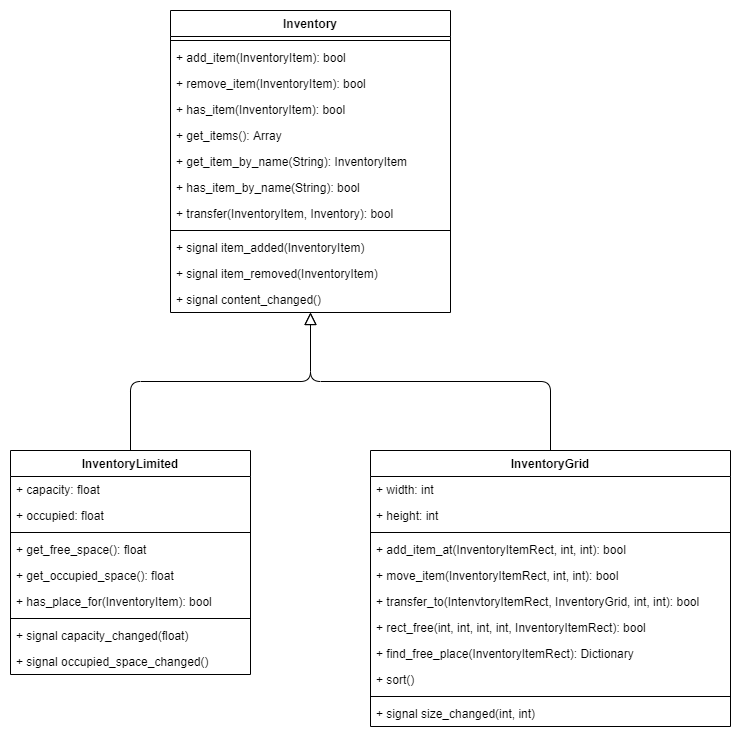
Before: images/cd_inventory.png, a diagram exported from draw.io (peter-kish/gloot). Source tidied: cells renumbered, new cells last; positions are measured from the earlier drawing's top-left corner, leaving out a move shared by most shapes.
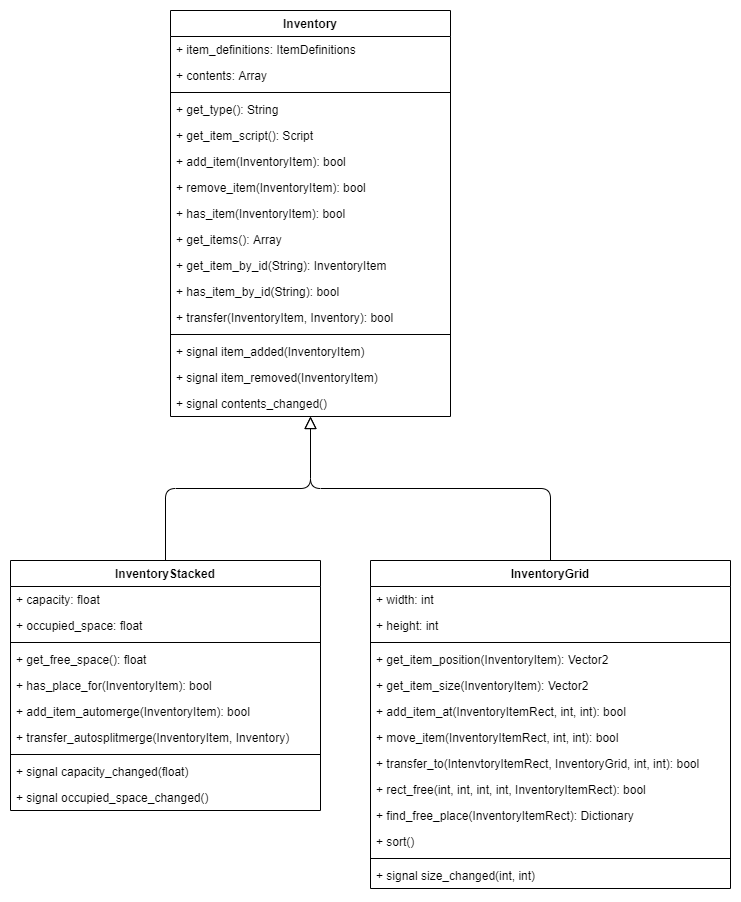
The same diagram one commit later.

What changed in the source:
```diff
@@ -3,115 +3,136 @@
     <mxCell id="0" />
     <mxCell id="1" parent="0" />
     <mxCell id="2" value="Inventory" style="swimlane;fontStyle=1;align=center;verticalAlign=top;horizontal=1;startSize=26;shadow=0;strokeWidth=1;" parent="1" vertex="1">
-      <mxGeometry x="160" width="280" height="302" as="geometry" />
+      <mxGeometry x="160" width="280" height="406" as="geometry" />
     </mxCell>
-    <mxCell id="3" style="line;strokeWidth=1;fillColor=none;align=left;verticalAlign=middle;spacingTop=-1;spacingLeft=3;spacingRight=3;labelPosition=right;" parent="2" vertex="1">
-      <mxGeometry y="26" width="280" height="8" as="geometry" />
+    <mxCell id="3" value="+ item_definitions: ItemDefinitions" style="text;strokeColor=none;fillColor=none;align=left;verticalAlign=top;spacingLeft=4;spacingRight=4;overflow=hidden;" parent="2" vertex="1">
+      <mxGeometry y="26" width="280" height="26" as="geometry" />
     </mxCell>
-    <mxCell id="4" value="+ add_item(InventoryItem): bool" style="text;strokeColor=none;fillColor=none;align=left;verticalAlign=top;spacingLeft=4;spacingRight=4;overflow=hidden;" parent="2" vertex="1">
-      <mxGeometry y="34" width="280" height="26" as="geometry" />
+    <mxCell id="4" value="+ contents: Array" style="text;strokeColor=none;fillColor=none;align=left;verticalAlign=top;spacingLeft=4;spacingRight=4;overflow=hidden;" parent="2" vertex="1">
+      <mxGeometry y="52" width="280" height="26" as="geometry" />
     </mxCell>
-    <mxCell id="5" value="+ remove_item(InventoryItem): bool" style="text;align=left;verticalAlign=top;spacingLeft=4;spacingRight=4;overflow=hidden;fontStyle=0;" parent="2" vertex="1">
-      <mxGeometry y="60" width="280" height="26" as="geometry" />
+    <mxCell id="5" style="line;strokeWidth=1;fillColor=none;align=left;verticalAlign=middle;spacingTop=-1;spacingLeft=3;spacingRight=3;labelPosition=right;" parent="2" vertex="1">
+      <mxGeometry y="78" width="280" height="8" as="geometry" />
     </mxCell>
-    <mxCell id="6" value="+ has_item(InventoryItem): bool" style="text;align=left;verticalAlign=top;spacingLeft=4;spacingRight=4;overflow=hidden;fontStyle=0;" parent="2" vertex="1">
+    <mxCell id="6" value="+ get_type(): String" style="text;strokeColor=none;fillColor=none;align=left;verticalAlign=top;spacingLeft=4;spacingRight=4;overflow=hidden;" parent="2" vertex="1">
       <mxGeometry y="86" width="280" height="26" as="geometry" />
     </mxCell>
-    <mxCell id="7" value="+ get_items(): Array" style="text;align=left;verticalAlign=top;spacingLeft=4;spacingRight=4;overflow=hidden;fontStyle=0;" parent="2" vertex="1">
+    <mxCell id="7" value="+ get_item_script(): Script" style="text;strokeColor=none;fillColor=none;align=left;verticalAlign=top;spacingLeft=4;spacingRight=4;overflow=hidden;" parent="2" vertex="1">
       <mxGeometry y="112" width="280" height="26" as="geometry" />
     </mxCell>
-    <mxCell id="8" value="+ get_item_by_name(String): InventoryItem" style="text;align=left;verticalAlign=top;spacingLeft=4;spacingRight=4;overflow=hidden;fontStyle=0;" parent="2" vertex="1">
+    <mxCell id="8" value="+ add_item(InventoryItem): bool" style="text;strokeColor=none;fillColor=none;align=left;verticalAlign=top;spacingLeft=4;spacingRight=4;overflow=hidden;" parent="2" vertex="1">
       <mxGeometry y="138" width="280" height="26" as="geometry" />
     </mxCell>
-    <mxCell id="9" value="+ has_item_by_name(String): bool" style="text;align=left;verticalAlign=top;spacingLeft=4;spacingRight=4;overflow=hidden;fontStyle=0;" parent="2" vertex="1">
+    <mxCell id="9" value="+ remove_item(InventoryItem): bool" style="text;align=left;verticalAlign=top;spacingLeft=4;spacingRight=4;overflow=hidden;fontStyle=0;" parent="2" vertex="1">
       <mxGeometry y="164" width="280" height="26" as="geometry" />
     </mxCell>
-    <mxCell id="10" value="+ transfer(InventoryItem, Inventory): bool" style="text;align=left;verticalAlign=top;spacingLeft=4;spacingRight=4;overflow=hidden;fontStyle=0;" parent="2" vertex="1">
+    <mxCell id="10" value="+ has_item(InventoryItem): bool" style="text;align=left;verticalAlign=top;spacingLeft=4;spacingRight=4;overflow=hidden;fontStyle=0;" parent="2" vertex="1">
       <mxGeometry y="190" width="280" height="26" as="geometry" />
     </mxCell>
-    <mxCell id="11" style="line;html=1;strokeWidth=1;align=left;verticalAlign=middle;spacingTop=-1;spacingLeft=3;spacingRight=3;labelPosition=right;" parent="2" vertex="1">
-      <mxGeometry y="216" width="280" height="8" as="geometry" />
+    <mxCell id="11" value="+ get_items(): Array" style="text;align=left;verticalAlign=top;spacingLeft=4;spacingRight=4;overflow=hidden;fontStyle=0;" parent="2" vertex="1">
+      <mxGeometry y="216" width="280" height="26" as="geometry" />
     </mxCell>
-    <mxCell id="12" value="+ signal item_added(InventoryItem)" style="text;strokeColor=none;fillColor=none;align=left;verticalAlign=top;spacingLeft=4;spacingRight=4;overflow=hidden;" parent="2" vertex="1">
-      <mxGeometry y="224" width="280" height="26" as="geometry" />
+    <mxCell id="12" value="+ get_item_by_id(String): InventoryItem" style="text;align=left;verticalAlign=top;spacingLeft=4;spacingRight=4;overflow=hidden;fontStyle=0;" parent="2" vertex="1">
+      <mxGeometry y="242" width="280" height="26" as="geometry" />
     </mxCell>
-    <mxCell id="13" value="+ signal item_removed(InventoryItem)" style="text;strokeColor=none;fillColor=none;align=left;verticalAlign=top;spacingLeft=4;spacingRight=4;overflow=hidden;" parent="2" vertex="1">
-      <mxGeometry y="250" width="280" height="26" as="geometry" />
+    <mxCell id="13" value="+ has_item_by_id(String): bool" style="text;align=left;verticalAlign=top;spacingLeft=4;spacingRight=4;overflow=hidden;fontStyle=0;" parent="2" vertex="1">
+      <mxGeometry y="268" width="280" height="26" as="geometry" />
     </mxCell>
-    <mxCell id="14" value="+ signal content_changed()" style="text;strokeColor=none;fillColor=none;align=left;verticalAlign=top;spacingLeft=4;spacingRight=4;overflow=hidden;" parent="2" vertex="1">
-      <mxGeometry y="276" width="280" height="26" as="geometry" />
+    <mxCell id="14" value="+ transfer(InventoryItem, Inventory): bool" style="text;align=left;verticalAlign=top;spacingLeft=4;spacingRight=4;overflow=hidden;fontStyle=0;" parent="2" vertex="1">
+      <mxGeometry y="294" width="280" height="26" as="geometry" />
     </mxCell>
-    <mxCell id="15" value="InventoryLimited" style="swimlane;fontStyle=1;align=center;verticalAlign=top;horizontal=1;startSize=26;shadow=0;strokeWidth=1;" parent="1" vertex="1">
-      <mxGeometry y="440" width="240" height="224" as="geometry" />
+    <mxCell id="15" style="line;html=1;strokeWidth=1;align=left;verticalAlign=middle;spacingTop=-1;spacingLeft=3;spacingRight=3;labelPosition=right;points=[];portConstraint=eastwest;" parent="2" vertex="1">
+      <mxGeometry y="320" width="280" height="8" as="geometry" />
     </mxCell>
-    <mxCell id="16" value="+ capacity: float" style="text;align=left;verticalAlign=top;spacingLeft=4;spacingRight=4;overflow=hidden;" parent="15" vertex="1">
-      <mxGeometry y="26" width="240" height="26" as="geometry" />
+    <mxCell id="16" value="+ signal item_added(InventoryItem)" style="text;strokeColor=none;fillColor=none;align=left;verticalAlign=top;spacingLeft=4;spacingRight=4;overflow=hidden;" parent="2" vertex="1">
+      <mxGeometry y="328" width="280" height="26" as="geometry" />
     </mxCell>
-    <mxCell id="17" value="+ occupied: float" style="text;strokeColor=none;fillColor=none;align=left;verticalAlign=top;spacingLeft=4;spacingRight=4;overflow=hidden;" parent="15" vertex="1">
-      <mxGeometry y="52" width="240" height="26" as="geometry" />
+    <mxCell id="17" value="+ signal item_removed(InventoryItem)" style="text;strokeColor=none;fillColor=none;align=left;verticalAlign=top;spacingLeft=4;spacingRight=4;overflow=hidden;" parent="2" vertex="1">
+      <mxGeometry y="354" width="280" height="26" as="geometry" />
     </mxCell>
-    <mxCell id="18" style="line;html=1;strokeWidth=1;align=left;verticalAlign=middle;spacingTop=-1;spacingLeft=3;spacingRight=3;labelPosition=right;" parent="15" vertex="1">
-      <mxGeometry y="78" width="240" height="8" as="geometry" />
+    <mxCell id="18" value="+ signal contents_changed()" style="text;strokeColor=none;fillColor=none;align=left;verticalAlign=top;spacingLeft=4;spacingRight=4;overflow=hidden;" parent="2" vertex="1">
+      <mxGeometry y="380" width="280" height="26" as="geometry" />
     </mxCell>
-    <mxCell id="19" value="+ get_free_space(): float" style="text;strokeColor=none;fillColor=none;align=left;verticalAlign=top;spacingLeft=4;spacingRight=4;overflow=hidden;points=[[0,0.5],[1,0.5]];portConstraint=eastwest;" parent="15" vertex="1">
-      <mxGeometry y="86" width="240" height="26" as="geometry" />
+    <mxCell id="19" value="InventoryStacked" style="swimlane;fontStyle=1;align=center;verticalAlign=top;horizontal=1;startSize=26;shadow=0;strokeWidth=1;" parent="1" vertex="1">
+      <mxGeometry y="550" width="310" height="250" as="geometry" />
     </mxCell>
-    <mxCell id="20" value="+ get_occupied_space(): float" style="text;strokeColor=none;fillColor=none;align=left;verticalAlign=top;spacingLeft=4;spacingRight=4;overflow=hidden;" parent="15" vertex="1">
-      <mxGeometry y="112" width="240" height="26" as="geometry" />
+    <mxCell id="20" value="+ capacity: float" style="text;align=left;verticalAlign=top;spacingLeft=4;spacingRight=4;overflow=hidden;" parent="19" vertex="1">
+      <mxGeometry y="26" width="310" height="26" as="geometry" />
     </mxCell>
-    <mxCell id="21" value="+ has_place_for(InventoryItem): bool" style="text;strokeColor=none;fillColor=none;align=left;verticalAlign=top;spacingLeft=4;spacingRight=4;overflow=hidden;" parent="15" vertex="1">
-      <mxGeometry y="138" width="240" height="26" as="geometry" />
+    <mxCell id="21" value="+ occupied_space: float" style="text;strokeColor=none;fillColor=none;align=left;verticalAlign=top;spacingLeft=4;spacingRight=4;overflow=hidden;" parent="19" vertex="1">
+      <mxGeometry y="52" width="310" height="26" as="geometry" />
     </mxCell>
-    <mxCell id="22" style="line;strokeWidth=1;fillColor=none;align=left;verticalAlign=middle;spacingTop=-1;spacingLeft=3;spacingRight=3;labelPosition=right;" parent="15" vertex="1">
-      <mxGeometry y="164" width="240" height="8" as="geometry" />
+    <mxCell id="22" style="line;html=1;strokeWidth=1;align=left;verticalAlign=middle;spacingTop=-1;spacingLeft=3;spacingRight=3;labelPosition=right;" parent="19" vertex="1">
+      <mxGeometry y="78" width="310" height="8" as="geometry" />
     </mxCell>
-    <mxCell id="23" value="+ signal capacity_changed(float)" style="text;strokeColor=none;fillColor=none;align=left;verticalAlign=top;spacingLeft=4;spacingRight=4;overflow=hidden;" parent="15" vertex="1">
-      <mxGeometry y="172" width="240" height="26" as="geometry" />
+    <mxCell id="23" value="+ get_free_space(): float" style="text;strokeColor=none;fillColor=none;align=left;verticalAlign=top;spacingLeft=4;spacingRight=4;overflow=hidden;" parent="19" vertex="1">
+      <mxGeometry y="86" width="310" height="26" as="geometry" />
     </mxCell>
-    <mxCell id="24" value="+ signal occupied_space_changed()" style="text;strokeColor=none;fillColor=none;align=left;verticalAlign=top;spacingLeft=4;spacingRight=4;overflow=hidden;" parent="15" vertex="1">
-      <mxGeometry y="198" width="240" height="26" as="geometry" />
+    <mxCell id="24" value="+ has_place_for(InventoryItem): bool" style="text;strokeColor=none;fillColor=none;align=left;verticalAlign=top;spacingLeft=4;spacingRight=4;overflow=hidden;" parent="19" vertex="1">
+      <mxGeometry y="112" width="310" height="26" as="geometry" />
     </mxCell>
-    <mxCell id="25" value="InventoryGrid" style="swimlane;fontStyle=1;align=center;verticalAlign=top;horizontal=1;startSize=26;shadow=0;strokeWidth=1;" parent="1" vertex="1">
-      <mxGeometry x="360" y="440" width="360" height="276" as="geometry" />
+    <mxCell id="25" value="+ add_item_automerge(InventoryItem): bool" style="text;strokeColor=none;fillColor=none;align=left;verticalAlign=top;spacingLeft=4;spacingRight=4;overflow=hidden;points=[[0,0.5],[1,0.5]];portConstraint=eastwest;" parent="19" vertex="1">
+      <mxGeometry y="138" width="310" height="26" as="geometry" />
     </mxCell>
-    <mxCell id="26" value="+ width: int" style="text;align=left;verticalAlign=top;spacingLeft=4;spacingRight=4;overflow=hidden;" parent="25" vertex="1">
-      <mxGeometry y="26" width="360" height="26" as="geometry" />
+    <mxCell id="26" value="+ transfer_autosplitmerge(InventoryItem, Inventory)" style="text;strokeColor=none;fillColor=none;align=left;verticalAlign=top;spacingLeft=4;spacingRight=4;overflow=hidden;" parent="19" vertex="1">
+      <mxGeometry y="164" width="310" height="26" as="geometry" />
     </mxCell>
-    <mxCell id="27" value="+ height: int" style="text;align=left;verticalAlign=top;spacingLeft=4;spacingRight=4;overflow=hidden;" parent="25" vertex="1">
-      <mxGeometry y="52" width="360" height="26" as="geometry" />
+    <mxCell id="27" style="line;strokeWidth=1;fillColor=none;align=left;verticalAlign=middle;spacingTop=-1;spacingLeft=3;spacingRight=3;labelPosition=right;" parent="19" vertex="1">
+      <mxGeometry y="190" width="310" height="8" as="geometry" />
     </mxCell>
-    <mxCell id="28" style="line;html=1;strokeWidth=1;align=left;verticalAlign=middle;spacingTop=-1;spacingLeft=3;spacingRight=3;labelPosition=right;" parent="25" vertex="1">
-      <mxGeometry y="78" width="360" height="8" as="geometry" />
+    <mxCell id="28" value="+ signal capacity_changed(float)" style="text;strokeColor=none;fillColor=none;align=left;verticalAlign=top;spacingLeft=4;spacingRight=4;overflow=hidden;" parent="19" vertex="1">
+      <mxGeometry y="198" width="310" height="26" as="geometry" />
     </mxCell>
-    <mxCell id="29" value="+ add_item_at(InventoryItemRect, int, int): bool" style="text;strokeColor=none;fillColor=none;align=left;verticalAlign=top;spacingLeft=4;spacingRight=4;overflow=hidden;" parent="25" vertex="1">
-      <mxGeometry y="86" width="360" height="26" as="geometry" />
+    <mxCell id="29" value="+ signal occupied_space_changed()" style="text;strokeColor=none;fillColor=none;align=left;verticalAlign=top;spacingLeft=4;spacingRight=4;overflow=hidden;" parent="19" vertex="1">
+      <mxGeometry y="224" width="310" height="26" as="geometry" />
     </mxCell>
-    <mxCell id="30" value="+ move_item(InventoryItemRect, int, int): bool" style="text;strokeColor=none;fillColor=none;align=left;verticalAlign=top;spacingLeft=4;spacingRight=4;overflow=hidden;points=[[0,0.5],[1,0.5]];portConstraint=eastwest;" parent="25" vertex="1">
-      <mxGeometry y="112" width="360" height="26" as="geometry" />
+    <mxCell id="30" value="InventoryGrid" style="swimlane;fontStyle=1;align=center;verticalAlign=top;horizontal=1;startSize=26;shadow=0;strokeWidth=1;" parent="1" vertex="1">
+      <mxGeometry x="360" y="550" width="360" height="328" as="geometry" />
     </mxCell>
-    <mxCell id="31" value="+ transfer_to(IntenvtoryItemRect, InventoryGrid, int, int): bool" style="text;strokeColor=none;fillColor=none;align=left;verticalAlign=top;spacingLeft=4;spacingRight=4;overflow=hidden;" parent="25" vertex="1">
-      <mxGeometry y="138" width="360" height="26" as="geometry" />
+    <mxCell id="31" value="+ width: int" style="text;align=left;verticalAlign=top;spacingLeft=4;spacingRight=4;overflow=hidden;" parent="30" vertex="1">
+      <mxGeometry y="26" width="360" height="26" as="geometry" />
     </mxCell>
-    <mxCell id="32" value="+ rect_free(int, int, int, int, InventoryItemRect): bool" style="text;strokeColor=none;fillColor=none;align=left;verticalAlign=top;spacingLeft=4;spacingRight=4;overflow=hidden;" parent="25" vertex="1">
-      <mxGeometry y="164" width="360" height="26" as="geometry" />
+    <mxCell id="32" value="+ height: int" style="text;align=left;verticalAlign=top;spacingLeft=4;spacingRight=4;overflow=hidden;" parent="30" vertex="1">
+      <mxGeometry y="52" width="360" height="26" as="geometry" />
     </mxCell>
-    <mxCell id="33" value="+ find_free_place(InventoryItemRect): Dictionary" style="text;strokeColor=none;fillColor=none;align=left;verticalAlign=top;spacingLeft=4;spacingRight=4;overflow=hidden;" parent="25" vertex="1">
-      <mxGeometry y="190" width="360" height="26" as="geometry" />
+    <mxCell id="33" style="line;html=1;strokeWidth=1;align=left;verticalAlign=middle;spacingTop=-1;spacingLeft=3;spacingRight=3;labelPosition=right;" parent="30" vertex="1">
+      <mxGeometry y="78" width="360" height="8" as="geometry" />
     </mxCell>
-    <mxCell id="34" value="+ sort()" style="text;strokeColor=none;fillColor=none;align=left;verticalAlign=top;spacingLeft=4;spacingRight=4;overflow=hidden;" parent="25" vertex="1">
-      <mxGeometry y="216" width="360" height="26" as="geometry" />
+    <mxCell id="34" value="+ get_item_position(InventoryItem): Vector2" style="text;strokeColor=none;fillColor=none;align=left;verticalAlign=top;spacingLeft=4;spacingRight=4;overflow=hidden;" parent="30" vertex="1">
+      <mxGeometry y="86" width="360" height="26" as="geometry" />
     </mxCell>
-    <mxCell id="35" style="line;strokeWidth=1;fillColor=none;align=left;verticalAlign=middle;spacingTop=-1;spacingLeft=3;spacingRight=3;labelPosition=right;" parent="25" vertex="1">
-      <mxGeometry y="242" width="360" height="8" as="geometry" />
+    <mxCell id="35" value="+ get_item_size(InventoryItem): Vector2" style="text;strokeColor=none;fillColor=none;align=left;verticalAlign=top;spacingLeft=4;spacingRight=4;overflow=hidden;" parent="30" vertex="1">
+      <mxGeometry y="112" width="360" height="26" as="geometry" />
     </mxCell>
-    <mxCell id="36" value="+ signal size_changed(int, int)" style="text;strokeColor=none;fillColor=none;align=left;verticalAlign=top;spacingLeft=4;spacingRight=4;overflow=hidden;" parent="25" vertex="1">
-      <mxGeometry y="250" width="360" height="26" as="geometry" />
+    <mxCell id="36" value="+ add_item_at(InventoryItemRect, int, int): bool" style="text;strokeColor=none;fillColor=none;align=left;verticalAlign=top;spacingLeft=4;spacingRight=4;overflow=hidden;" parent="30" vertex="1">
+      <mxGeometry y="138" width="360" height="26" as="geometry" />
     </mxCell>
-    <mxCell id="37" style="endArrow=block;endSize=10;endFill=0;shadow=0;strokeWidth=1;edgeStyle=elbowEdgeStyle;elbow=vertical;" parent="1" edge="1" source="25" target="2">
-      <mxGeometry relative="1" as="geometry" />
+    <mxCell id="37" value="+ move_item(InventoryItemRect, int, int): bool" style="text;strokeColor=none;fillColor=none;align=left;verticalAlign=top;spacingLeft=4;spacingRight=4;overflow=hidden;" parent="30" vertex="1">
+      <mxGeometry y="164" width="360" height="26" as="geometry" />
     </mxCell>
-    <mxCell id="38" style="endArrow=block;endSize=10;endFill=0;shadow=0;strokeWidth=1;edgeStyle=elbowEdgeStyle;elbow=vertical;" parent="1" edge="1" source="15" target="2">
-      <mxGeometry relative="1" as="geometry" />
+    <mxCell id="38" value="+ transfer_to(IntenvtoryItemRect, InventoryGrid, int, int): bool" style="text;strokeColor=none;fillColor=none;align=left;verticalAlign=top;spacingLeft=4;spacingRight=4;overflow=hidden;" parent="30" vertex="1">
+      <mxGeometry y="190" width="360" height="26" as="geometry" />
     </mxCell>
+    <mxCell id="39" value="+ rect_free(int, int, int, int, InventoryItemRect): bool" style="text;strokeColor=none;fillColor=none;align=left;verticalAlign=top;spacingLeft=4;spacingRight=4;overflow=hidden;" parent="30" vertex="1">
+      <mxGeometry y="216" width="360" height="26" as="geometry" />
+    </mxCell>
+    <mxCell id="40" value="+ find_free_place(InventoryItemRect): Dictionary" style="text;strokeColor=none;fillColor=none;align=left;verticalAlign=top;spacingLeft=4;spacingRight=4;overflow=hidden;" parent="30" vertex="1">
+      <mxGeometry y="242" width="360" height="26" as="geometry" />
+    </mxCell>
+    <mxCell id="41" value="+ sort()" style="text;strokeColor=none;fillColor=none;align=left;verticalAlign=top;spacingLeft=4;spacingRight=4;overflow=hidden;" parent="30" vertex="1">
+      <mxGeometry y="268" width="360" height="26" as="geometry" />
+    </mxCell>
+    <mxCell id="42" style="line;strokeWidth=1;fillColor=none;align=left;verticalAlign=middle;spacingTop=-1;spacingLeft=3;spacingRight=3;labelPosition=right;" parent="30" vertex="1">
+      <mxGeometry y="294" width="360" height="8" as="geometry" />
+    </mxCell>
+    <mxCell id="43" value="+ signal size_changed(int, int)" style="text;strokeColor=none;fillColor=none;align=left;verticalAlign=top;spacingLeft=4;spacingRight=4;overflow=hidden;" parent="30" vertex="1">
+      <mxGeometry y="302" width="360" height="26" as="geometry" />
+    </mxCell>
+    <mxCell id="44" style="endArrow=block;endSize=10;endFill=0;shadow=0;strokeWidth=1;edgeStyle=elbowEdgeStyle;elbow=vertical;" parent="1" edge="1" source="30" target="2">
+      <mxGeometry relative="1" as="geometry" />
+    </mxCell>
+    <mxCell id="45" style="endArrow=block;endSize=10;endFill=0;shadow=0;strokeWidth=1;edgeStyle=elbowEdgeStyle;elbow=vertical;" parent="1" edge="1" source="19" target="2">
+      <mxGeometry relative="1" as="geometry" />
+    </mxCell>
   </root>
 </mxGraphModel>
```
